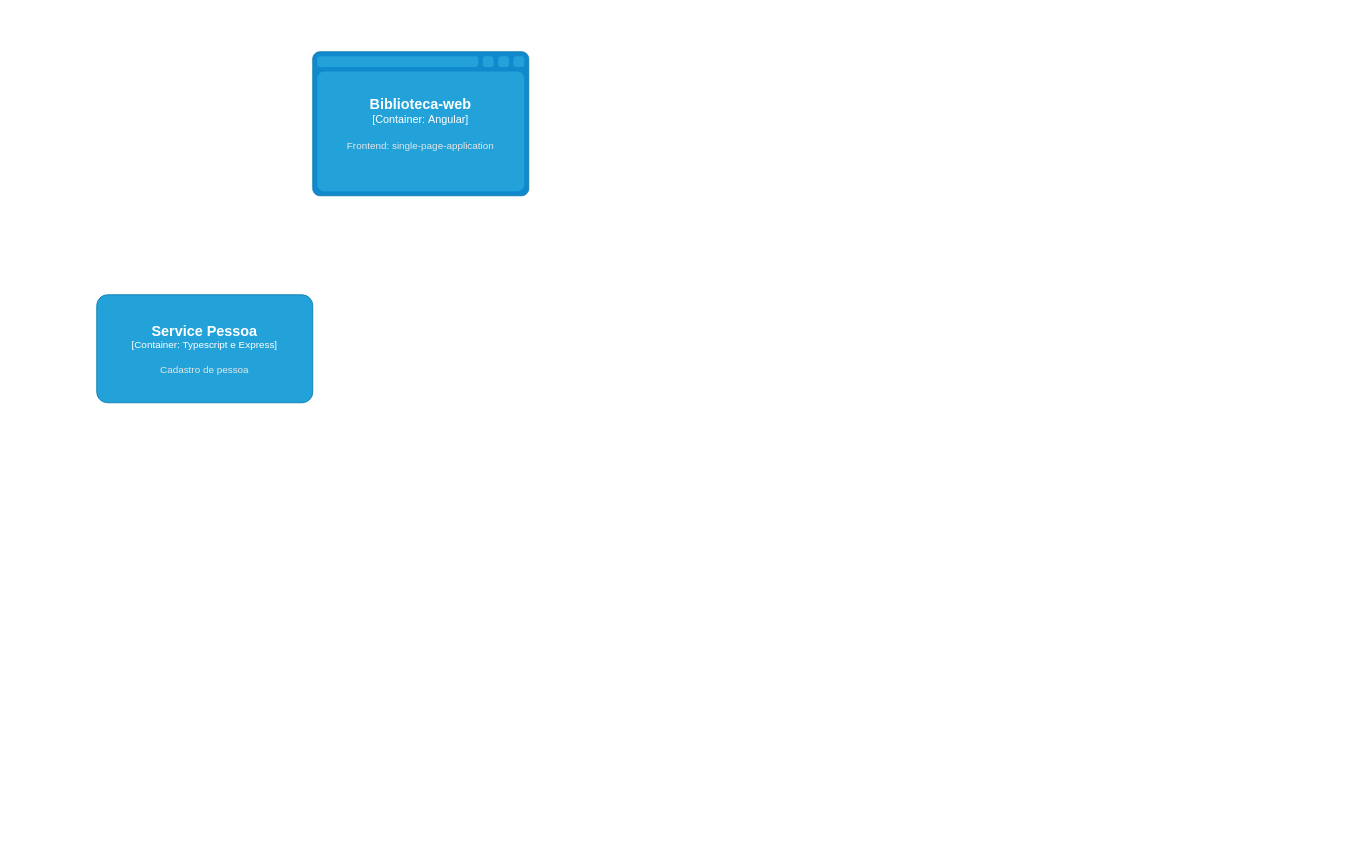
Above: page "Nível-3" (3 of 3) of Projeto_2_Biblioteca/ModelagemmC4.drawio in Michelyserras/Projetos (draw.io), before the change. Source tidied: cells renumbered, new cells numbered last; positions are measured from the earlier drawing's top-left corner, leaving out a move shared by most shapes. Both pictures are drawn from the tidied source at 90%, with x=0, y=0 at pixel (96, 51).
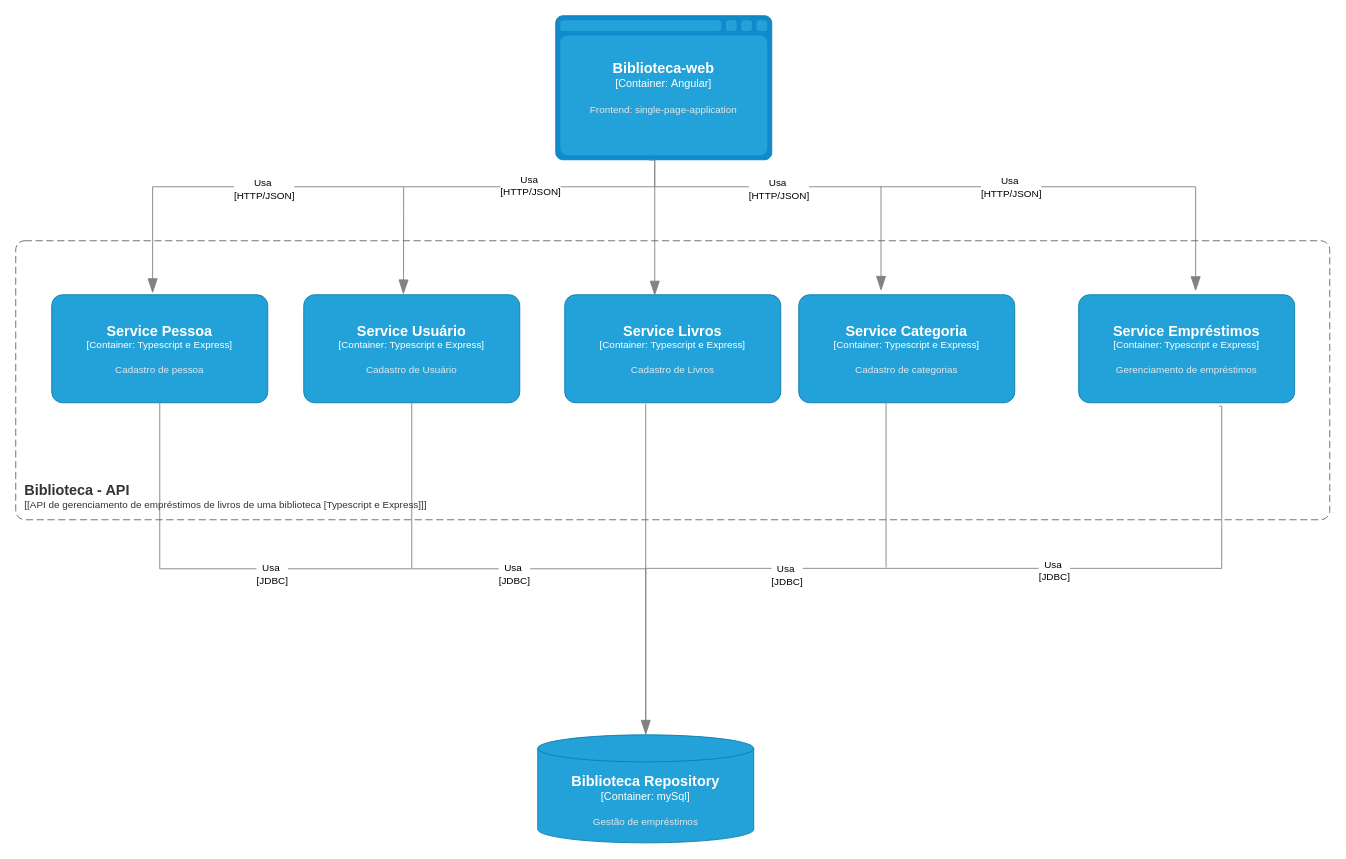
After the change.

Change to the diagram source:
```diff
@@
     <object id="2" label="&lt;font style=&quot;font-size: 16px&quot;&gt;&lt;b&gt;%c4Name%&lt;/b&gt;&lt;/font&gt;&lt;div&gt;[%c4Type%:&amp;nbsp;%c4Technology%]&lt;/div&gt;&lt;br&gt;&lt;div&gt;&lt;font style=&quot;font-size: 11px&quot;&gt;&lt;font color=&quot;#E6E6E6&quot;&gt;%c4Description%&lt;/font&gt;&lt;/div&gt;" c4Description="Frontend: single-page-application" c4Name="Biblioteca-web" c4Technology="Angular" c4Type="Container" placeholders="1">
       <mxCell style="shape=mxgraph.c4.webBrowserContainer2;whiteSpace=wrap;html=1;boundedLbl=1;rounded=0;labelBackgroundColor=none;strokeColor=#118ACD;fillColor=#23A2D9;strokeColor=#118ACD;strokeColor2=#0E7DAD;fontSize=12;fontColor=#ffffff;align=center;points=[[0.5,0,0],[1,0.25,0],[1,0.5,0],[1,0.75,0],[0.5,1,0],[0,0.75,0],[0,0.5,0],[0,0.25,0]];" parent="1" vertex="1">
-        <mxGeometry x="240" width="240" height="160" as="geometry" />
+        <mxGeometry x="510" y="-40" width="240" height="160" as="geometry" />
       </mxCell>
     </object>
     <object id="3" label="&lt;font style=&quot;font-size: 16px&quot;&gt;&lt;b&gt;%c4Name%&lt;/b&gt;&lt;/font&gt;&lt;div&gt;[%c4Type%: %c4Technology%]&lt;/div&gt;&lt;br&gt;&lt;div&gt;&lt;font style=&quot;font-size: 11px&quot;&gt;&lt;font color=&quot;#E6E6E6&quot;&gt;%c4Description%&lt;/font&gt;&lt;/div&gt;" c4Description="Cadastro de pessoa" c4Name="Service Pessoa" c4Technology="Typescript e Express" c4Type="Container" placeholders="1">
       <mxCell style="rounded=1;whiteSpace=wrap;html=1;fontSize=11;labelBackgroundColor=none;fillColor=#23A2D9;fontColor=#ffffff;align=center;arcSize=10;strokeColor=#0E7DAD;points=[[0.25,0,0],[0.5,0,0],[0.75,0,0],[1,0.25,0],[1,0.5,0],[1,0.75,0],[0.75,1,0],[0.5,1,0],[0.25,1,0],[0,0.75,0],[0,0.5,0],[0,0.25,0]];" parent="1" vertex="1">
-        <mxGeometry y="270" width="240" height="120" as="geometry" />
+        <mxGeometry x="-50" y="270" width="240" height="120" as="geometry" />
       </mxCell>
     </object>
+    <object id="4" label="&lt;font style=&quot;font-size: 16px&quot;&gt;&lt;b&gt;%c4Name%&lt;/b&gt;&lt;/font&gt;&lt;div&gt;[%c4Type%: %c4Technology%]&lt;/div&gt;&lt;br&gt;&lt;div&gt;&lt;font style=&quot;font-size: 11px&quot;&gt;&lt;font color=&quot;#E6E6E6&quot;&gt;%c4Description%&lt;/font&gt;&lt;/div&gt;" c4Description="Cadastro de Usuário" c4Name="Service Usuário" c4Technology="Typescript e Express" c4Type="Container" placeholders="1">
+      <mxCell style="rounded=1;whiteSpace=wrap;html=1;fontSize=11;labelBackgroundColor=none;fillColor=#23A2D9;fontColor=#ffffff;align=center;arcSize=10;strokeColor=#0E7DAD;points=[[0.25,0,0],[0.5,0,0],[0.75,0,0],[1,0.25,0],[1,0.5,0],[1,0.75,0],[0.75,1,0],[0.5,1,0],[0.25,1,0],[0,0.75,0],[0,0.5,0],[0,0.25,0]];" parent="1" vertex="1">
+        <mxGeometry x="230" y="270" width="240" height="120" as="geometry" />
+      </mxCell>
+    </object>
+    <object id="5" label="&lt;font style=&quot;font-size: 16px&quot;&gt;&lt;b&gt;%c4Name%&lt;/b&gt;&lt;/font&gt;&lt;div&gt;[%c4Type%: %c4Technology%]&lt;/div&gt;&lt;br&gt;&lt;div&gt;&lt;font style=&quot;font-size: 11px&quot;&gt;&lt;font color=&quot;#E6E6E6&quot;&gt;%c4Description%&lt;/font&gt;&lt;/div&gt;" c4Description="Cadastro de Livros" c4Name="Service Livros" c4Technology="Typescript e Express" c4Type="Container" placeholders="1">
+      <mxCell style="rounded=1;whiteSpace=wrap;html=1;fontSize=11;labelBackgroundColor=none;fillColor=#23A2D9;fontColor=#ffffff;align=center;arcSize=10;strokeColor=#0E7DAD;" parent="1" vertex="1">
+        <mxGeometry x="520" y="270" width="240" height="120" as="geometry" />
+      </mxCell>
+    </object>
+    <object id="6" label="&lt;font style=&quot;font-size: 16px&quot;&gt;&lt;b&gt;%c4Name%&lt;/b&gt;&lt;/font&gt;&lt;div&gt;[%c4Type%: %c4Technology%]&lt;/div&gt;&lt;br&gt;&lt;div&gt;&lt;font style=&quot;font-size: 11px&quot;&gt;&lt;font color=&quot;#E6E6E6&quot;&gt;%c4Description%&lt;/font&gt;&lt;/div&gt;" c4Description="Cadastro de categorias" c4Name="Service Categoria" c4Technology="Typescript e Express" c4Type="Container" placeholders="1">
+      <mxCell style="rounded=1;whiteSpace=wrap;html=1;fontSize=11;labelBackgroundColor=none;fillColor=#23A2D9;fontColor=#ffffff;align=center;arcSize=10;strokeColor=#0E7DAD;points=[[0.25,0,0],[0.5,0,0],[0.75,0,0],[1,0.25,0],[1,0.5,0],[1,0.75,0],[0.75,1,0],[0.5,1,0],[0.25,1,0],[0,0.75,0],[0,0.5,0],[0,0.25,0]];" parent="1" vertex="1">
+        <mxGeometry x="780" y="270" width="240" height="120" as="geometry" />
+      </mxCell>
+    </object>
+    <object id="7" label="&lt;font style=&quot;font-size: 16px&quot;&gt;&lt;b&gt;%c4Name%&lt;/b&gt;&lt;/font&gt;&lt;div&gt;[%c4Type%: %c4Technology%]&lt;/div&gt;&lt;br&gt;&lt;div&gt;&lt;font style=&quot;font-size: 11px&quot;&gt;&lt;font color=&quot;#E6E6E6&quot;&gt;%c4Description%&lt;/font&gt;&lt;/div&gt;" c4Description="Gerenciamento de empréstimos" c4Name="Service Empréstimos" c4Technology="Typescript e Express" c4Type="Container" placeholders="1">
+      <mxCell style="rounded=1;whiteSpace=wrap;html=1;fontSize=11;labelBackgroundColor=none;fillColor=#23A2D9;fontColor=#ffffff;align=center;arcSize=10;strokeColor=#0E7DAD;points=[[0.25,0,0],[0.5,0,0],[0.75,0,0],[1,0.25,0],[1,0.5,0],[1,0.75,0],[0.75,1,0],[0.5,1,0],[0.25,1,0],[0,0.75,0],[0,0.5,0],[0,0.25,0]];" parent="1" vertex="1">
+        <mxGeometry x="1091" y="270" width="240" height="120" as="geometry" />
+      </mxCell>
+    </object>
+    <mxCell id="8" style="endArrow=blockThin;html=1;fontSize=10;fontColor=#404040;strokeWidth=1;endFill=1;strokeColor=#828282;elbow=vertical;endSize=14;startSize=14;jumpStyle=arc;jumpSize=16;rounded=0;edgeStyle=orthogonalEdgeStyle;align=center;verticalAlign=middle;fontFamily=Helvetica;labelBackgroundColor=default;entryX=0.467;entryY=-0.014;entryDx=0;entryDy=0;entryPerimeter=0;exitX=0.433;exitY=1.002;exitDx=0;exitDy=0;exitPerimeter=0;" parent="1" edge="1" source="2" target="3">
+      <mxGeometry relative="1" as="geometry">
+        <Array as="points">
+          <mxPoint x="620" y="120" />
+          <mxPoint x="620" y="150" />
+          <mxPoint x="62" y="150" />
+        </Array>
+      </mxGeometry>
+    </mxCell>
+    <mxCell id="9" value="Usa&amp;nbsp;&lt;div&gt;[HTTP/JSON]&lt;/div&gt;" style="edgeLabel;html=1;align=center;verticalAlign=middle;fontFamily=Helvetica;fontSize=11;fontColor=default;labelBackgroundColor=default;" parent="8" vertex="1">
+      <mxGeometry x="0.32" y="2" relative="1" as="geometry" />
+    </mxCell>
+    <mxCell id="10" value="Usa&amp;nbsp;&lt;div&gt;[HTTP/JSON]&lt;/div&gt;" style="edgeLabel;html=1;align=center;verticalAlign=middle;fontFamily=Helvetica;fontSize=11;fontColor=default;labelBackgroundColor=default;" parent="8" vertex="1">
+      <mxGeometry x="-0.51" y="-2" relative="1" as="geometry" />
+    </mxCell>
+    <mxCell id="11" style="endArrow=blockThin;html=1;fontSize=10;fontColor=#404040;strokeWidth=1;endFill=1;strokeColor=#828282;elbow=vertical;endSize=14;startSize=14;jumpStyle=arc;jumpSize=16;rounded=0;edgeStyle=orthogonalEdgeStyle;align=center;verticalAlign=middle;fontFamily=Helvetica;labelBackgroundColor=default;entryX=0.461;entryY=-0.003;entryDx=0;entryDy=0;entryPerimeter=0;" parent="1" edge="1" target="4">
+      <mxGeometry relative="1" as="geometry">
+        <mxPoint x="341" y="150" as="sourcePoint" />
+      </mxGeometry>
+    </mxCell>
+    <mxCell id="12" style="endArrow=blockThin;html=1;fontSize=10;fontColor=#404040;strokeWidth=1;endFill=1;strokeColor=#828282;elbow=vertical;endSize=14;startSize=14;jumpStyle=arc;jumpSize=16;rounded=0;align=center;verticalAlign=middle;fontFamily=Helvetica;labelBackgroundColor=default;" parent="1" edge="1">
+      <mxGeometry relative="1" as="geometry">
+        <mxPoint x="620" y="120" as="sourcePoint" />
+        <mxPoint x="620" y="271" as="targetPoint" />
+      </mxGeometry>
+    </mxCell>
+    <mxCell id="13" style="endArrow=blockThin;html=1;fontSize=10;fontColor=#404040;strokeWidth=1;endFill=1;strokeColor=#828282;elbow=vertical;endSize=14;startSize=14;jumpStyle=arc;jumpSize=16;rounded=0;align=center;verticalAlign=middle;fontFamily=Helvetica;labelBackgroundColor=default;edgeStyle=orthogonalEdgeStyle;entryX=0.381;entryY=-0.036;entryDx=0;entryDy=0;entryPerimeter=0;" parent="1" edge="1" target="6">
+      <mxGeometry relative="1" as="geometry">
+        <mxPoint x="620" y="150" as="sourcePoint" />
+        <Array as="points">
+          <mxPoint x="871" y="150" />
+        </Array>
+      </mxGeometry>
+    </mxCell>
+    <mxCell id="14" value="Usa&amp;nbsp;&lt;div&gt;[HTTP/JSON]&lt;/div&gt;" style="edgeLabel;html=1;align=center;verticalAlign=middle;fontFamily=Helvetica;fontSize=11;fontColor=default;labelBackgroundColor=default;" parent="13" vertex="1">
+      <mxGeometry x="-0.25" y="-2" relative="1" as="geometry">
+        <mxPoint x="-1" as="offset" />
+      </mxGeometry>
+    </mxCell>
+    <mxCell id="15" style="endArrow=blockThin;html=1;fontSize=10;fontColor=#404040;strokeWidth=1;endFill=1;strokeColor=#828282;elbow=vertical;endSize=14;startSize=14;jumpStyle=arc;jumpSize=16;rounded=0;align=center;verticalAlign=middle;fontFamily=Helvetica;labelBackgroundColor=default;edgeStyle=orthogonalEdgeStyle;entryX=0.381;entryY=-0.036;entryDx=0;entryDy=0;entryPerimeter=0;" parent="1" edge="1">
+      <mxGeometry relative="1" as="geometry">
+        <mxPoint x="870" y="150" as="sourcePoint" />
+        <mxPoint x="1221" y="266" as="targetPoint" />
+        <Array as="points">
+          <mxPoint x="1221" y="150" />
+        </Array>
+      </mxGeometry>
+    </mxCell>
+    <mxCell id="16" value="Usa&amp;nbsp;&lt;div&gt;[HTTP/JSON]&lt;/div&gt;" style="edgeLabel;html=1;align=center;verticalAlign=middle;fontFamily=Helvetica;fontSize=11;fontColor=default;labelBackgroundColor=default;" parent="15" vertex="1">
+      <mxGeometry x="-0.38" relative="1" as="geometry" />
+    </mxCell>
+    <object id="17" label="&lt;font style=&quot;font-size: 16px&quot;&gt;&lt;b&gt;%c4Name%&lt;/b&gt;&lt;/font&gt;&lt;div&gt;[%c4Type%:&amp;nbsp;%c4Technology%]&lt;/div&gt;&lt;br&gt;&lt;div&gt;&lt;font style=&quot;font-size: 11px&quot;&gt;&lt;font color=&quot;#E6E6E6&quot;&gt;%c4Description%&lt;/font&gt;&lt;/div&gt;" c4Description="Gestão de empréstimos" c4Name="Biblioteca Repository" c4Technology="mySql" c4Type="Container" placeholders="1">
+      <mxCell style="shape=cylinder3;size=15;whiteSpace=wrap;html=1;boundedLbl=1;rounded=0;labelBackgroundColor=none;fillColor=#23A2D9;fontSize=12;fontColor=#ffffff;align=center;strokeColor=#0E7DAD;points=[[0.5,0,0],[1,0.25,0],[1,0.5,0],[1,0.75,0],[0.5,1,0],[0,0.75,0],[0,0.5,0],[0,0.25,0]];" parent="1" vertex="1">
+        <mxGeometry x="490" y="759" width="240" height="120" as="geometry" />
+      </mxCell>
+    </object>
+    <mxCell id="18" style="endArrow=blockThin;html=1;fontSize=10;fontColor=#404040;strokeWidth=1;endFill=1;strokeColor=#828282;elbow=vertical;endSize=14;startSize=14;jumpStyle=arc;jumpSize=16;rounded=0;exitX=0.5;exitY=1;exitDx=0;exitDy=0;exitPerimeter=0;edgeStyle=orthogonalEdgeStyle;" parent="1" edge="1" source="3" target="17">
+      <mxGeometry relative="1" as="geometry" />
+    </mxCell>
+    <mxCell id="19" value="Usa&amp;nbsp;&lt;div&gt;[JDBC]&lt;/div&gt;" style="edgeLabel;html=1;align=center;verticalAlign=middle;fontFamily=Helvetica;fontSize=11;fontColor=default;labelBackgroundColor=default;" parent="18" vertex="1">
+      <mxGeometry x="-0.32" y="-6" relative="1" as="geometry" />
+    </mxCell>
+    <mxCell id="20" style="endArrow=none;html=1;fontSize=10;fontColor=#404040;strokeWidth=1;endFill=0;strokeColor=#828282;elbow=vertical;endSize=14;startSize=14;jumpStyle=arc;jumpSize=16;rounded=0;edgeStyle=orthogonalEdgeStyle;align=center;verticalAlign=middle;fontFamily=Helvetica;labelBackgroundColor=default;entryX=0.5;entryY=0;entryDx=0;entryDy=0;entryPerimeter=0;exitX=0.651;exitY=1.031;exitDx=0;exitDy=0;exitPerimeter=0;" parent="1" edge="1" source="7" target="17">
+      <mxGeometry relative="1" as="geometry">
+        <Array as="points">
+          <mxPoint x="1250" y="394" />
+          <mxPoint x="1250" y="574" />
+          <mxPoint x="610" y="574" />
+        </Array>
+      </mxGeometry>
+    </mxCell>
+    <mxCell id="21" style="endArrow=none;html=1;fontSize=10;fontColor=#404040;strokeWidth=1;endFill=0;strokeColor=#828282;elbow=vertical;endSize=14;startSize=14;jumpStyle=arc;jumpSize=16;rounded=0;align=center;verticalAlign=middle;fontFamily=Helvetica;labelBackgroundColor=default;exitX=0.5;exitY=1;exitDx=0;exitDy=0;exitPerimeter=0;" parent="1" edge="1" source="4">
+      <mxGeometry relative="1" as="geometry">
+        <mxPoint x="350" y="574" as="targetPoint" />
+      </mxGeometry>
+    </mxCell>
+    <mxCell id="22" style="endArrow=none;html=1;fontSize=10;fontColor=#404040;strokeWidth=1;endFill=0;strokeColor=#828282;elbow=vertical;endSize=14;startSize=14;jumpStyle=arc;jumpSize=16;rounded=0;align=center;verticalAlign=middle;fontFamily=Helvetica;labelBackgroundColor=default;exitX=0.5;exitY=1;exitDx=0;exitDy=0;exitPerimeter=0;" parent="1" edge="1">
+      <mxGeometry relative="1" as="geometry">
+        <mxPoint x="610" y="391" as="sourcePoint" />
+        <mxPoint x="610" y="575" as="targetPoint" />
+      </mxGeometry>
+    </mxCell>
+    <mxCell id="23" style="endArrow=none;html=1;fontSize=10;fontColor=#404040;strokeWidth=1;endFill=0;strokeColor=#828282;elbow=vertical;endSize=14;startSize=14;jumpStyle=arc;jumpSize=16;rounded=0;align=center;verticalAlign=middle;fontFamily=Helvetica;labelBackgroundColor=default;exitX=0.5;exitY=1;exitDx=0;exitDy=0;exitPerimeter=0;" parent="1" edge="1">
+      <mxGeometry relative="1" as="geometry">
+        <mxPoint x="877" y="389" as="sourcePoint" />
+        <mxPoint x="877" y="573" as="targetPoint" />
+      </mxGeometry>
+    </mxCell>
+    <mxCell id="24" value="Usa&amp;nbsp;&lt;div&gt;[JDBC]&lt;/div&gt;" style="edgeLabel;html=1;align=center;verticalAlign=middle;fontFamily=Helvetica;fontSize=11;fontColor=default;labelBackgroundColor=default;" parent="1" vertex="1">
+      <mxGeometry x="463.5" y="580" as="geometry" />
+    </mxCell>
+    <mxCell id="25" value="Usa&amp;nbsp;&lt;div&gt;[JDBC]&lt;/div&gt;" style="edgeLabel;html=1;align=center;verticalAlign=middle;fontFamily=Helvetica;fontSize=11;fontColor=default;labelBackgroundColor=default;" parent="1" vertex="1">
+      <mxGeometry x="213.5" y="600.5" as="geometry">
+        <mxPoint x="553" y="-19" as="offset" />
+      </mxGeometry>
+    </mxCell>
+    <mxCell id="26" value="Usa&amp;nbsp;&lt;div&gt;[JDBC]&lt;/div&gt;" style="edgeLabel;html=1;align=center;verticalAlign=middle;fontFamily=Helvetica;fontSize=11;fontColor=default;labelBackgroundColor=default;" parent="1" vertex="1">
+      <mxGeometry x="320" y="620" as="geometry">
+        <mxPoint x="743" y="-44" as="offset" />
+      </mxGeometry>
+    </mxCell>
+    <object id="27" label="&lt;font style=&quot;font-size: 16px&quot;&gt;&lt;b&gt;&lt;div style=&quot;text-align: left&quot;&gt;%c4Name%&lt;/div&gt;&lt;/b&gt;&lt;/font&gt;&lt;div style=&quot;text-align: left&quot;&gt;[%c4Application%]&lt;/div&gt;" c4Application="[API de gerenciamento de empréstimos de livros de uma biblioteca [Typescript e Express]]" c4Name="Biblioteca - API" placeholders="1">
+      <mxCell style="rounded=1;fontSize=11;whiteSpace=wrap;html=1;dashed=1;arcSize=20;fillColor=none;strokeColor=#666666;fontColor=#333333;labelBackgroundColor=none;align=left;verticalAlign=bottom;labelBorderColor=none;spacingTop=0;spacing=10;dashPattern=8 4;perimeter=rectanglePerimeter;noLabel=0;labelPadding=0;absoluteArcSize=1;fontFamily=Helvetica;" parent="1" vertex="1">
+        <mxGeometry x="-90" y="210" width="1460" height="310" as="geometry" />
+      </mxCell>
+    </object>
```
